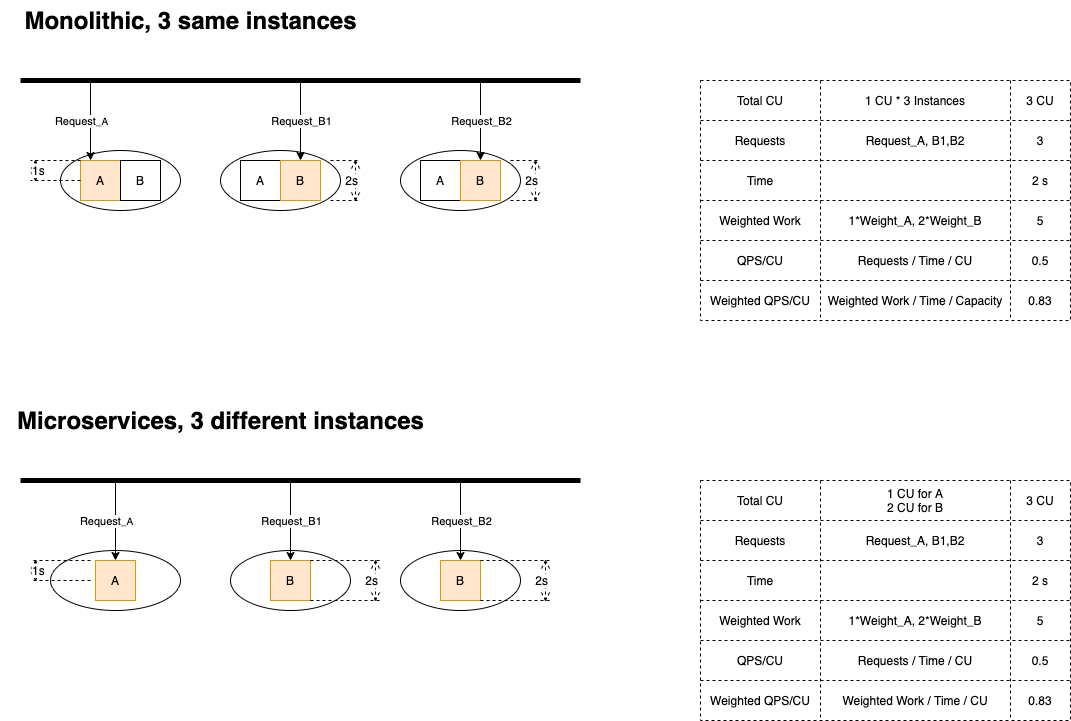
Before: 2021-11-how-independent-scaling-helps-with-performance/same-min-cu-different-rt/parallel/no-dep-1v2.drawio.png, a diagram exported from draw.io (chenjianjx/cjx-diagrams). Source tidied: cells renumbered, new cells last; positions are measured from the earlier drawing's top-left corner, leaving out a move shared by most shapes.
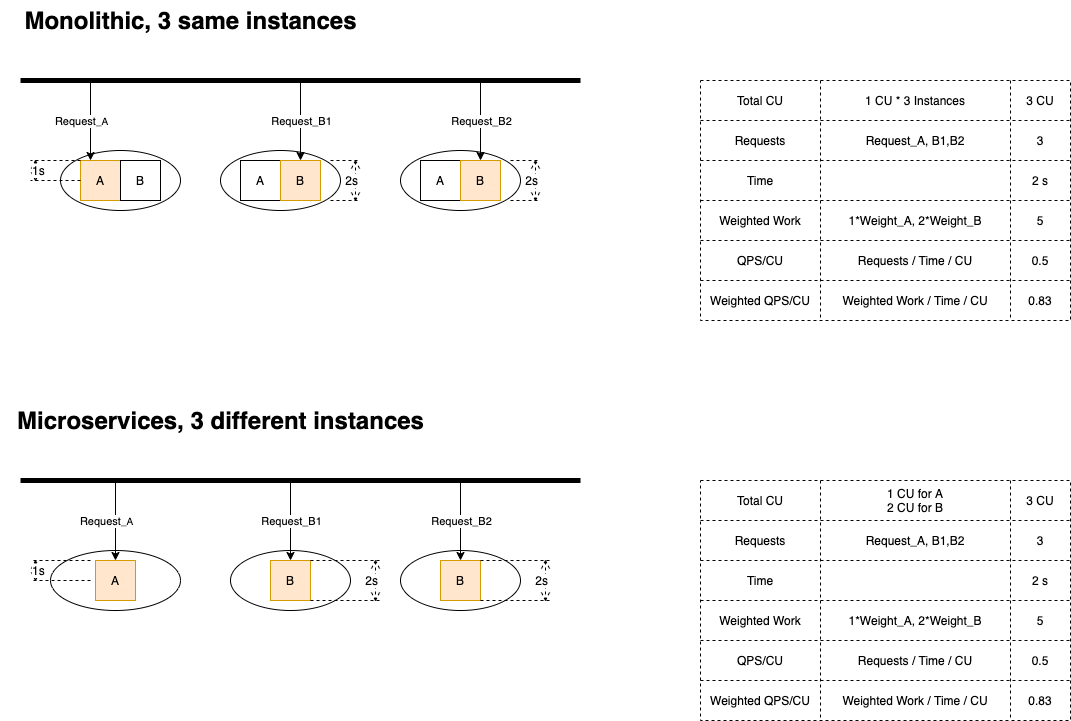
The same diagram one commit later.

The edit, as a diff of the source:
```diff
@@ -105,7 +105,7 @@
     <mxCell id="32" value="Weighted QPS/CU" style="shape=partialRectangle;html=1;whiteSpace=wrap;fillColor=none;top=0;left=0;bottom=0;right=0;overflow=hidden;" parent="31" vertex="1">
       <mxGeometry width="120" height="40" as="geometry" />
     </mxCell>
-    <mxCell id="33" value="&lt;span&gt;Weighted Work / Time / Capacity&lt;/span&gt;" style="shape=partialRectangle;html=1;whiteSpace=wrap;fillColor=none;top=0;left=0;bottom=0;right=0;overflow=hidden;" parent="31" vertex="1">
+    <mxCell id="33" value="&lt;span&gt;Weighted Work / Time / CU&lt;/span&gt;" style="shape=partialRectangle;html=1;whiteSpace=wrap;fillColor=none;top=0;left=0;bottom=0;right=0;overflow=hidden;" parent="31" vertex="1">
       <mxGeometry x="120" width="190" height="40" as="geometry" />
     </mxCell>
     <mxCell id="34" value="0.83" style="shape=partialRectangle;html=1;whiteSpace=wrap;fillColor=none;top=0;left=0;bottom=0;right=0;overflow=hidden;" parent="31" vertex="1">
```
